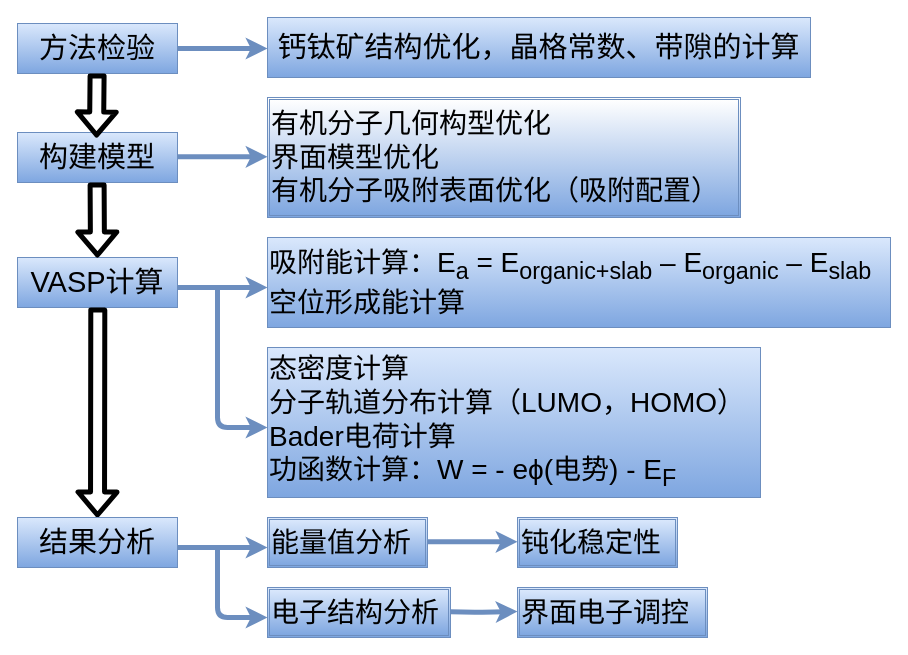
The draw.io diagram Untitled Diagram.drawio in newerjun/newerjun, before the edit. Source tidied: cells renumbered, new cells numbered last; positions are measured from the earlier drawing's top-left corner, leaving out a move shared by most shapes. Both pictures are drawn from the tidied source at 100%, with x=0, y=0 at pixel (17, 17).
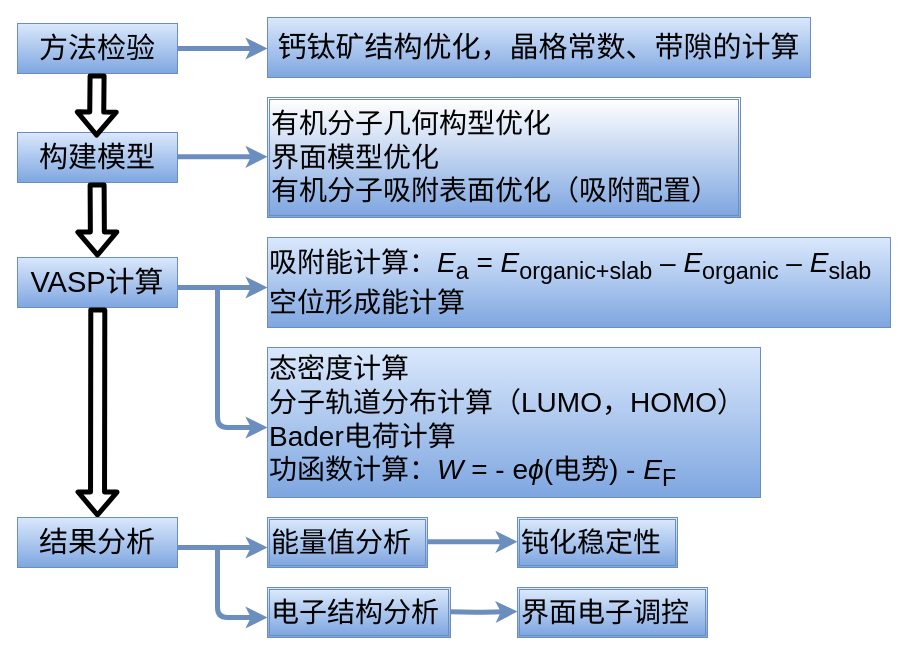
The same diagram, later.

What changed in the source:
```diff
@@
-    <mxCell id="10" value="&lt;font style=&quot;font-size: 28px&quot;&gt;&lt;p style=&quot;margin-top: 0pt ; margin-bottom: 0pt ; margin-left: 0in ; direction: ltr ; unicode-bidi: embed ; word-break: normal&quot;&gt;吸附能计算：&lt;span style=&quot;font-family: &amp;#34;arial&amp;#34;&quot;&gt;E&lt;sub&gt;a&lt;/sub&gt;&lt;/span&gt;&lt;span style=&quot;font-family: &amp;#34;arial&amp;#34;&quot;&gt; = &lt;/span&gt;&lt;span style=&quot;font-family: &amp;#34;arial&amp;#34;&quot;&gt;E&lt;/span&gt;&lt;sub&gt;&lt;span style=&quot;font-family: &amp;#34;arial&amp;#34;&quot;&gt;organic+&lt;/span&gt;&lt;span style=&quot;font-family: &amp;#34;arial&amp;#34;&quot;&gt;slab&lt;/span&gt;&lt;/sub&gt;&lt;span style=&quot;font-family: &amp;#34;arial&amp;#34;&quot;&gt; – &lt;/span&gt;&lt;span style=&quot;font-family: &amp;#34;arial&amp;#34;&quot;&gt;E&lt;sub&gt;organic&lt;/sub&gt;&lt;/span&gt;&lt;span style=&quot;font-family: &amp;#34;arial&amp;#34;&quot;&gt; – &lt;/span&gt;&lt;span style=&quot;font-family: &amp;#34;arial&amp;#34;&quot;&gt;E&lt;sub&gt;slab&lt;/sub&gt;&lt;/span&gt;&lt;/p&gt;&lt;p style=&quot;margin-top: 0pt ; margin-bottom: 0pt ; margin-left: 0in ; direction: ltr ; unicode-bidi: embed ; word-break: normal&quot;&gt;&lt;span style=&quot;font-family: &amp;#34;arial&amp;#34;&quot;&gt;空位形成能计算&lt;/span&gt;&lt;/p&gt;&lt;/font&gt;" style="whiteSpace=wrap;html=1;align=left;gradientColor=#7ea6e0;fillColor=#dae8fc;strokeColor=#6c8ebf;" parent="1" vertex="1">
+    <mxCell id="10" value="&lt;font style=&quot;font-size: 28px&quot;&gt;&lt;p style=&quot;margin-top: 0pt ; margin-bottom: 0pt ; margin-left: 0in ; direction: ltr ; unicode-bidi: embed ; word-break: normal&quot;&gt;吸附能计算：&lt;span style=&quot;font-family: &amp;#34;arial&amp;#34;&quot;&gt;&lt;i&gt;E&lt;/i&gt;&lt;sub&gt;a&lt;/sub&gt;&lt;/span&gt;&lt;span style=&quot;font-family: &amp;#34;arial&amp;#34;&quot;&gt; = &lt;/span&gt;&lt;span style=&quot;font-family: &amp;#34;arial&amp;#34;&quot;&gt;&lt;i&gt;E&lt;/i&gt;&lt;/span&gt;&lt;sub&gt;&lt;span style=&quot;font-family: &amp;#34;arial&amp;#34;&quot;&gt;organic+&lt;/span&gt;&lt;span style=&quot;font-family: &amp;#34;arial&amp;#34;&quot;&gt;slab&lt;/span&gt;&lt;/sub&gt;&lt;span style=&quot;font-family: &amp;#34;arial&amp;#34;&quot;&gt; – &lt;/span&gt;&lt;span style=&quot;font-family: &amp;#34;arial&amp;#34;&quot;&gt;&lt;i&gt;E&lt;/i&gt;&lt;sub&gt;organic&lt;/sub&gt;&lt;/span&gt;&lt;span style=&quot;font-family: &amp;#34;arial&amp;#34;&quot;&gt; – &lt;/span&gt;&lt;span style=&quot;font-family: &amp;#34;arial&amp;#34;&quot;&gt;&lt;i&gt;E&lt;/i&gt;&lt;sub&gt;slab&lt;/sub&gt;&lt;/span&gt;&lt;/p&gt;&lt;p style=&quot;margin-top: 0pt ; margin-bottom: 0pt ; margin-left: 0in ; direction: ltr ; unicode-bidi: embed ; word-break: normal&quot;&gt;&lt;span style=&quot;font-family: &amp;#34;arial&amp;#34;&quot;&gt;空位形成能计算&lt;/span&gt;&lt;/p&gt;&lt;/font&gt;" style="whiteSpace=wrap;html=1;align=left;gradientColor=#7ea6e0;fillColor=#dae8fc;strokeColor=#6c8ebf;" parent="1" vertex="1">
       <mxGeometry x="250" y="220" width="623" height="90" as="geometry" />
     </mxCell>
-    <mxCell id="11" value="&lt;font style=&quot;font-size: 28px&quot;&gt;&lt;p style=&quot;margin-top: 0pt ; margin-bottom: 0pt ; margin-left: 0in ; direction: ltr ; unicode-bidi: embed ; word-break: normal&quot;&gt;&lt;span&gt;态密度&lt;/span&gt;&lt;span&gt;计算&lt;/span&gt;&lt;/p&gt;&lt;p style=&quot;margin-top: 0pt ; margin-bottom: 0pt ; margin-left: 0in ; direction: ltr ; unicode-bidi: embed ; word-break: normal&quot;&gt;&lt;span&gt;分子轨道分布计算&lt;/span&gt;&lt;span&gt;（&lt;/span&gt;&lt;span style=&quot;font-family: &amp;#34;arial&amp;#34;&quot;&gt;LUMO&lt;/span&gt;&lt;span&gt;，&lt;/span&gt;&lt;span style=&quot;font-family: &amp;#34;arial&amp;#34;&quot;&gt;HOMO&lt;/span&gt;&lt;span&gt;）&lt;/span&gt;&lt;/p&gt;&lt;p style=&quot;margin-top: 0pt ; margin-bottom: 0pt ; margin-left: 0in ; direction: ltr ; unicode-bidi: embed ; word-break: normal&quot;&gt;&lt;span style=&quot;font-family: &amp;#34;arial&amp;#34;&quot;&gt;Bader&lt;/span&gt;&lt;span&gt;电荷&lt;/span&gt;&lt;span&gt;计算&lt;/span&gt;&lt;/p&gt;&lt;p style=&quot;margin-top: 0pt ; margin-bottom: 0pt ; margin-left: 0in ; direction: ltr ; unicode-bidi: embed ; word-break: normal&quot;&gt;功函数计算：&lt;span style=&quot;font-family: &amp;#34;arial&amp;#34;&quot;&gt;W = - &lt;/span&gt;&lt;span style=&quot;font-family: &amp;#34;arial&amp;#34;&quot;&gt;e&lt;/span&gt;&lt;span style=&quot;font-family: &amp;#34;arial&amp;#34;&quot;&gt;ϕ&lt;/span&gt;&lt;span style=&quot;font-family: &amp;#34;arial&amp;#34;&quot;&gt;(&lt;/span&gt;电势&lt;span style=&quot;font-family: &amp;#34;arial&amp;#34;&quot;&gt;)&amp;nbsp;&lt;/span&gt;&lt;span style=&quot;font-family: &amp;#34;arial&amp;#34;&quot;&gt;- &lt;/span&gt;&lt;span style=&quot;font-family: &amp;#34;arial&amp;#34;&quot;&gt;E&lt;sub&gt;F&lt;/sub&gt;&lt;/span&gt;&lt;/p&gt;&lt;/font&gt;" style="whiteSpace=wrap;html=1;align=left;gradientColor=#7ea6e0;fillColor=#dae8fc;strokeColor=#6c8ebf;" parent="1" vertex="1">
+    <mxCell id="11" value="&lt;font style=&quot;font-size: 28px&quot;&gt;&lt;p style=&quot;margin-top: 0pt ; margin-bottom: 0pt ; margin-left: 0in ; direction: ltr ; unicode-bidi: embed ; word-break: normal&quot;&gt;&lt;span&gt;态密度&lt;/span&gt;&lt;span&gt;计算&lt;/span&gt;&lt;/p&gt;&lt;p style=&quot;margin-top: 0pt ; margin-bottom: 0pt ; margin-left: 0in ; direction: ltr ; unicode-bidi: embed ; word-break: normal&quot;&gt;&lt;span&gt;分子轨道分布计算&lt;/span&gt;&lt;span&gt;（&lt;/span&gt;&lt;span style=&quot;font-family: &amp;#34;arial&amp;#34;&quot;&gt;LUMO&lt;/span&gt;&lt;span&gt;，&lt;/span&gt;&lt;span style=&quot;font-family: &amp;#34;arial&amp;#34;&quot;&gt;HOMO&lt;/span&gt;&lt;span&gt;）&lt;/span&gt;&lt;/p&gt;&lt;p style=&quot;margin-top: 0pt ; margin-bottom: 0pt ; margin-left: 0in ; direction: ltr ; unicode-bidi: embed ; word-break: normal&quot;&gt;&lt;span style=&quot;font-family: &amp;#34;arial&amp;#34;&quot;&gt;Bader&lt;/span&gt;&lt;span&gt;电荷&lt;/span&gt;&lt;span&gt;计算&lt;/span&gt;&lt;/p&gt;&lt;p style=&quot;margin-top: 0pt ; margin-bottom: 0pt ; margin-left: 0in ; direction: ltr ; unicode-bidi: embed ; word-break: normal&quot;&gt;功函数计算：&lt;span style=&quot;font-family: &amp;#34;arial&amp;#34;&quot;&gt;&lt;i&gt;W&lt;/i&gt; = - &lt;/span&gt;&lt;span style=&quot;font-family: &amp;#34;arial&amp;#34;&quot;&gt;e&lt;/span&gt;&lt;span style=&quot;font-family: &amp;#34;arial&amp;#34;&quot;&gt;&lt;i&gt;ϕ&lt;/i&gt;&lt;/span&gt;&lt;span style=&quot;font-family: &amp;#34;arial&amp;#34;&quot;&gt;(&lt;/span&gt;电势&lt;span style=&quot;font-family: &amp;#34;arial&amp;#34;&quot;&gt;)&amp;nbsp;&lt;/span&gt;&lt;span style=&quot;font-family: &amp;#34;arial&amp;#34;&quot;&gt;- &lt;/span&gt;&lt;span style=&quot;font-family: &amp;#34;arial&amp;#34;&quot;&gt;&lt;i&gt;E&lt;/i&gt;&lt;sub&gt;F&lt;/sub&gt;&lt;/span&gt;&lt;/p&gt;&lt;/font&gt;" style="whiteSpace=wrap;html=1;align=left;gradientColor=#7ea6e0;fillColor=#dae8fc;strokeColor=#6c8ebf;" parent="1" vertex="1">
       <mxGeometry x="250" y="330" width="493" height="150" as="geometry" />
     </mxCell>
```
